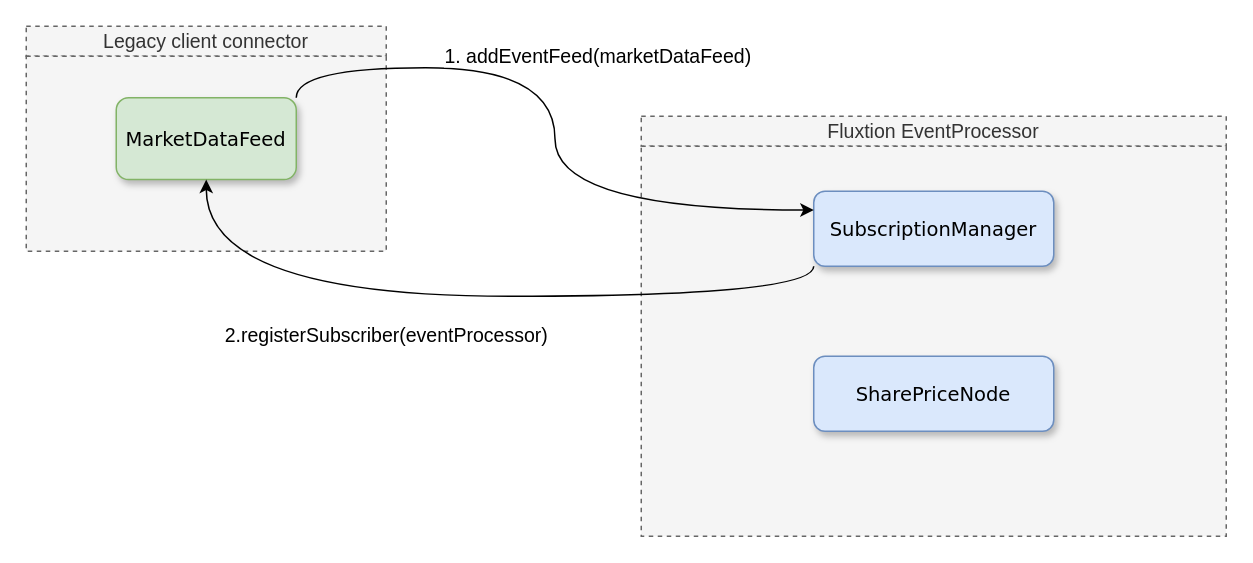
Above: page "Register_subscription" (1 of 3) of docs/images/draw.io/subscription.drawio in v12technology/fluxtion (draw.io), before the change. Source tidied: cells renumbered, new cells numbered last; positions are measured from the earlier drawing's top-left corner, leaving out a move shared by most shapes. Both pictures are drawn from the tidied source at 150%, with x=0, y=0 at pixel (26, 26).
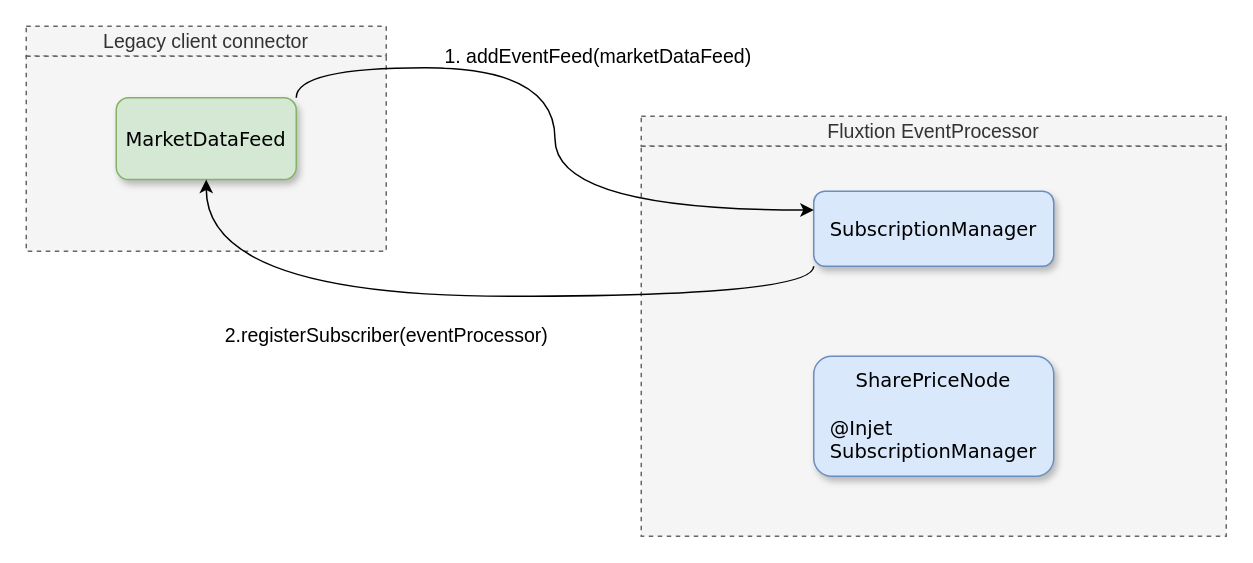
The same diagram, later.

The edit, as a diff of the source:
```diff
@@
 <mxGraphModel>
   <root>
     <mxCell id="0" />
     <mxCell id="1" parent="0" />
     <mxCell id="2" style="group;" parent="1" vertex="1">
       <mxGeometry width="240" height="150" as="geometry" />
     </mxCell>
     <mxCell id="3" value="&lt;font style=&quot;font-size: 13px;&quot;&gt;Legacy client connector&lt;/font&gt;" style="rounded=0;whiteSpace=wrap;html=1;shadow=0;glass=0;dashed=1;fillColor=#f5f5f5;strokeColor=#666666;fontColor=#333333;" parent="2" vertex="1">
       <mxGeometry width="240" height="20" as="geometry" />
     </mxCell>
     <mxCell id="4" style="rounded=0;whiteSpace=wrap;html=1;shadow=0;glass=0;dashed=1;fillColor=#f5f5f5;strokeColor=#666666;fontColor=#333333;" parent="2" vertex="1">
       <mxGeometry y="20" width="240" height="130" as="geometry" />
     </mxCell>
     <mxCell id="5" value="&lt;font style=&quot;font-size: 13px;&quot;&gt;MarketDataFeed&lt;/font&gt;" style="rounded=1;whiteSpace=wrap;html=1;fillColor=#d5e8d4;strokeColor=#82b366;shadow=1;fontFamily=Verdana;" parent="2" vertex="1">
       <mxGeometry x="60" y="47.7" width="120" height="54.5" as="geometry" />
     </mxCell>
     <mxCell id="6" style="group;" parent="1" vertex="1">
       <mxGeometry x="410" y="60" width="390" height="280" as="geometry" />
     </mxCell>
     <mxCell id="7" value="&lt;font style=&quot;font-size: 13px;&quot;&gt;Fluxtion EventProcessor&lt;/font&gt;" style="rounded=0;whiteSpace=wrap;html=1;shadow=0;glass=0;dashed=1;fillColor=#f5f5f5;strokeColor=#666666;fontColor=#333333;" parent="6" vertex="1">
       <mxGeometry width="390" height="20" as="geometry" />
     </mxCell>
     <mxCell id="8" style="rounded=0;whiteSpace=wrap;html=1;shadow=0;glass=0;dashed=1;fillColor=#f5f5f5;strokeColor=#666666;fontColor=#333333;" parent="6" vertex="1">
       <mxGeometry y="20" width="390" height="260" as="geometry" />
     </mxCell>
-    <mxCell id="9" value="&lt;font style=&quot;font-size: 13px;&quot;&gt;SharePriceNode&lt;/font&gt;" style="rounded=1;whiteSpace=wrap;html=1;fillColor=#dae8fc;strokeColor=#6c8ebf;shadow=1;fontFamily=Verdana;" parent="6" vertex="1">
-      <mxGeometry x="115" y="160" width="160" height="50" as="geometry" />
+    <mxCell id="9" value="&lt;font style=&quot;font-size: 13px;&quot;&gt;SharePriceNode&lt;br&gt;&lt;br&gt;&lt;div style=&quot;border-color: var(--border-color); text-align: left;&quot;&gt;@Injet&lt;/div&gt;&lt;div style=&quot;border-color: var(--border-color); text-align: left;&quot;&gt;&lt;span style=&quot;border-color: var(--border-color); background-color: initial;&quot;&gt;SubscriptionManager&lt;/span&gt;&lt;/div&gt;&lt;/font&gt;" style="rounded=1;whiteSpace=wrap;html=1;fillColor=#dae8fc;strokeColor=#6c8ebf;shadow=1;fontFamily=Verdana;" parent="6" vertex="1">
+      <mxGeometry x="115" y="160" width="160" height="80" as="geometry" />
     </mxCell>
     <mxCell id="10" value="&lt;font style=&quot;font-size: 13px;&quot;&gt;SubscriptionManager&lt;/font&gt;" style="rounded=1;whiteSpace=wrap;html=1;fillColor=#dae8fc;strokeColor=#6c8ebf;shadow=1;fontFamily=Verdana;" parent="6" vertex="1">
       <mxGeometry x="115" y="50" width="160" height="50" as="geometry" />
     </mxCell>
     <mxCell id="11" style="edgeStyle=orthogonalEdgeStyle;curved=1;rounded=0;jettySize=auto;html=1;exitX=1;exitY=0;exitDx=0;exitDy=0;entryX=0;entryY=0.25;entryDx=0;entryDy=0;" parent="1" edge="1" source="5" target="10">
       <mxGeometry relative="1" as="geometry" />
     </mxCell>
     <mxCell id="12" value="&lt;font style=&quot;font-size: 13px;&quot;&gt;1. addEventFeed(marketDataFeed)&lt;/font&gt;" style="edgeLabel;html=1;align=center;verticalAlign=middle;" parent="11" vertex="1">
       <mxGeometry x="-0.25" y="1" relative="1" as="geometry">
         <mxPoint x="48" y="-7" as="offset" />
       </mxGeometry>
     </mxCell>
     <mxCell id="13" style="edgeStyle=orthogonalEdgeStyle;curved=1;rounded=0;jettySize=auto;html=1;exitX=0;exitY=1;exitDx=0;exitDy=0;" parent="1" edge="1" source="10" target="5">
       <mxGeometry relative="1" as="geometry" />
     </mxCell>
     <mxCell id="14" value="&lt;font style=&quot;font-size: 13px;&quot;&gt;2.registerSubscriber(eventProcessor)&lt;/font&gt;" style="edgeLabel;html=1;align=center;verticalAlign=middle;" parent="13" vertex="1">
       <mxGeometry x="0.51" y="4" relative="1" as="geometry">
         <mxPoint x="74" y="21" as="offset" />
       </mxGeometry>
     </mxCell>
   </root>
 </mxGraphModel>
```
